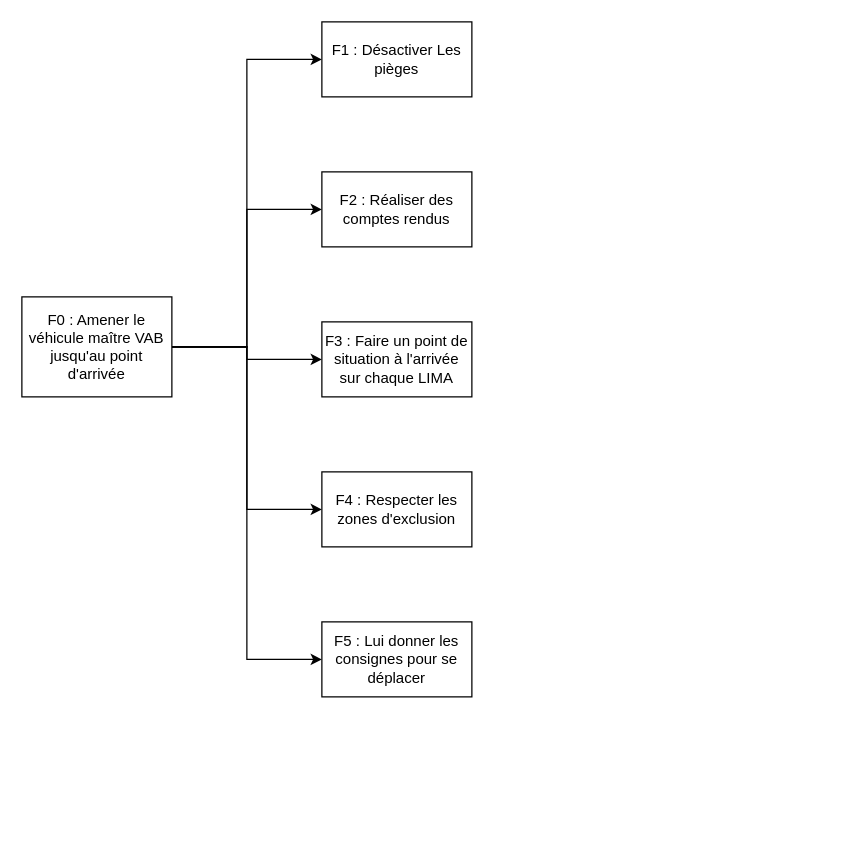
The draw.io diagram Diagrammes/Untitled Diagram.drawio in annieliu52/CoHoMa, before the edit. Source tidied: cells renumbered, new cells numbered last; positions are measured from the earlier drawing's top-left corner, leaving out a move shared by most shapes. Both pictures are drawn from the tidied source at 125%, with x=0, y=0 at pixel (21, 21).
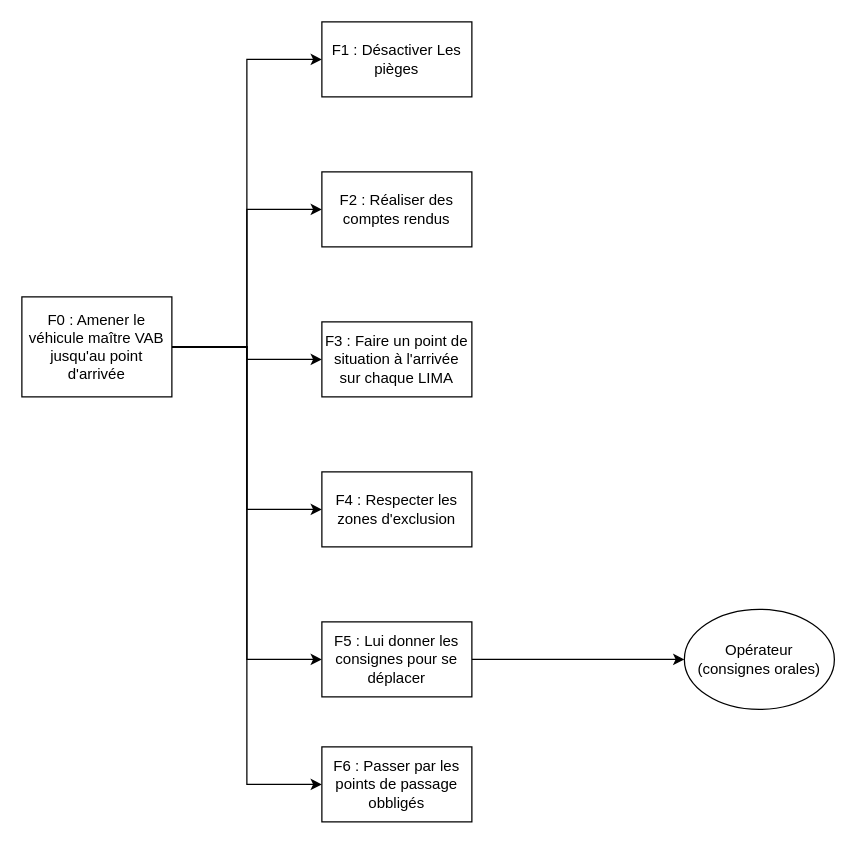
After the change.

Change to the diagram source:
```diff
@@
 <mxGraphModel>
   <root>
     <mxCell id="0" />
     <mxCell id="1" parent="0" />
     <mxCell id="2" style="edgeStyle=orthogonalEdgeStyle;rounded=0;jettySize=auto;html=1;exitX=1;exitY=0.5;exitDx=0;exitDy=0;entryX=0;entryY=0.5;entryDx=0;entryDy=0;" parent="1" edge="1" source="7" target="8">
       <mxGeometry relative="1" as="geometry" />
     </mxCell>
     <mxCell id="3" style="edgeStyle=orthogonalEdgeStyle;rounded=0;jettySize=auto;html=1;exitX=1;exitY=0.5;exitDx=0;exitDy=0;entryX=0;entryY=0.5;entryDx=0;entryDy=0;" parent="1" edge="1" source="7" target="9">
       <mxGeometry relative="1" as="geometry" />
     </mxCell>
     <mxCell id="4" style="edgeStyle=orthogonalEdgeStyle;rounded=0;jettySize=auto;html=1;exitX=1;exitY=0.5;exitDx=0;exitDy=0;entryX=0;entryY=0.5;entryDx=0;entryDy=0;" parent="1" edge="1" source="7" target="10">
       <mxGeometry relative="1" as="geometry" />
     </mxCell>
     <mxCell id="5" style="edgeStyle=orthogonalEdgeStyle;rounded=0;jettySize=auto;html=1;exitX=1;exitY=0.5;exitDx=0;exitDy=0;entryX=0;entryY=0.5;entryDx=0;entryDy=0;" parent="1" edge="1" source="7" target="11">
       <mxGeometry relative="1" as="geometry" />
     </mxCell>
     <mxCell id="6" style="edgeStyle=orthogonalEdgeStyle;rounded=0;jettySize=auto;html=1;exitX=1;exitY=0.5;exitDx=0;exitDy=0;entryX=0;entryY=0.5;entryDx=0;entryDy=0;" parent="1" edge="1" source="7" target="12">
       <mxGeometry relative="1" as="geometry" />
     </mxCell>
+    <mxCell id="13" style="edgeStyle=orthogonalEdgeStyle;rounded=0;jettySize=auto;html=1;exitX=1;exitY=0.5;exitDx=0;exitDy=0;entryX=0;entryY=0.5;entryDx=0;entryDy=0;" parent="1" edge="1" source="7" target="16">
+      <mxGeometry relative="1" as="geometry" />
+    </mxCell>
     <mxCell id="7" value="F0 : Amener le véhicule maître VAB jusqu'au point d'arrivée" style="rounded=0;whiteSpace=wrap;html=1;" parent="1" vertex="1">
       <mxGeometry y="220" width="120" height="80" as="geometry" />
     </mxCell>
     <mxCell id="8" value="F1 : Désactiver Les pièges" style="rounded=0;whiteSpace=wrap;html=1;" parent="1" vertex="1">
       <mxGeometry x="240" width="120" height="60" as="geometry" />
     </mxCell>
     <mxCell id="9" value="F2 : Réaliser des comptes rendus" style="rounded=0;whiteSpace=wrap;html=1;" parent="1" vertex="1">
       <mxGeometry x="240" y="120" width="120" height="60" as="geometry" />
     </mxCell>
     <mxCell id="10" value="F3 : Faire un point de situation à l'arrivée sur chaque LIMA" style="rounded=0;whiteSpace=wrap;html=1;" parent="1" vertex="1">
       <mxGeometry x="240" y="240" width="120" height="60" as="geometry" />
     </mxCell>
     <mxCell id="11" value="F4 : Respecter les zones d'exclusion" style="rounded=0;whiteSpace=wrap;html=1;" parent="1" vertex="1">
       <mxGeometry x="240" y="360" width="120" height="60" as="geometry" />
     </mxCell>
+    <mxCell id="14" style="edgeStyle=orthogonalEdgeStyle;rounded=0;jettySize=auto;html=1;exitX=1;exitY=0.5;exitDx=0;exitDy=0;entryX=0;entryY=0.5;entryDx=0;entryDy=0;" parent="1" edge="1" source="12" target="15">
+      <mxGeometry relative="1" as="geometry" />
+    </mxCell>
     <mxCell id="12" value="F5 : Lui donner les consignes pour se déplacer" style="rounded=0;whiteSpace=wrap;html=1;" parent="1" vertex="1">
       <mxGeometry x="240" y="480" width="120" height="60" as="geometry" />
     </mxCell>
+    <mxCell id="15" value="Opérateur&lt;br&gt;(consignes orales)" style="ellipse;whiteSpace=wrap;html=1;" parent="1" vertex="1">
+      <mxGeometry x="530" y="470" width="120" height="80" as="geometry" />
+    </mxCell>
+    <mxCell id="16" value="F6 : Passer par les points de passage obbligés" style="rounded=0;whiteSpace=wrap;html=1;" parent="1" vertex="1">
+      <mxGeometry x="240" y="580" width="120" height="60" as="geometry" />
+    </mxCell>
   </root>
 </mxGraphModel>
```
